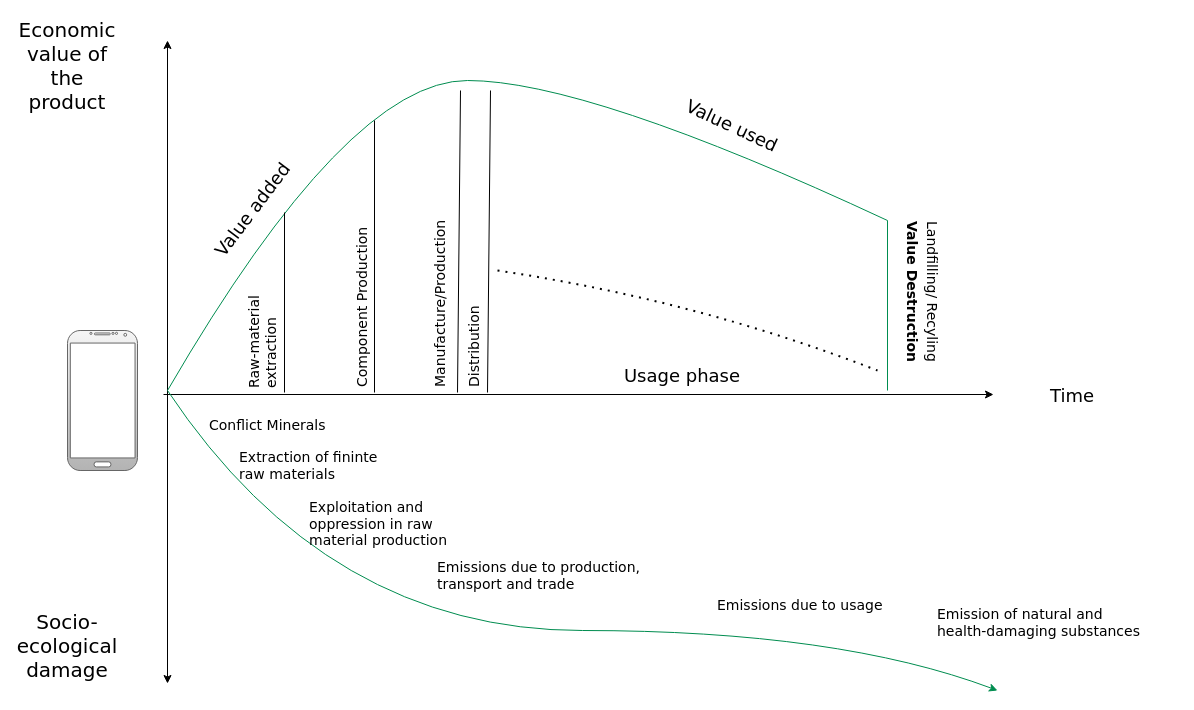
Earlier version of the draw.io diagram The-Limits-to-Growth/figures/Economic-Value-VS-Social-Economic-Damage.drawio (ETCE-LAB/teaching-material). Source tidied: cells renumbered, new cells numbered last; positions are measured from the earlier drawing's top-left corner, leaving out a move shared by most shapes. Both pictures are drawn from the tidied source at 100%, with x=0, y=0 at pixel (37, 40).
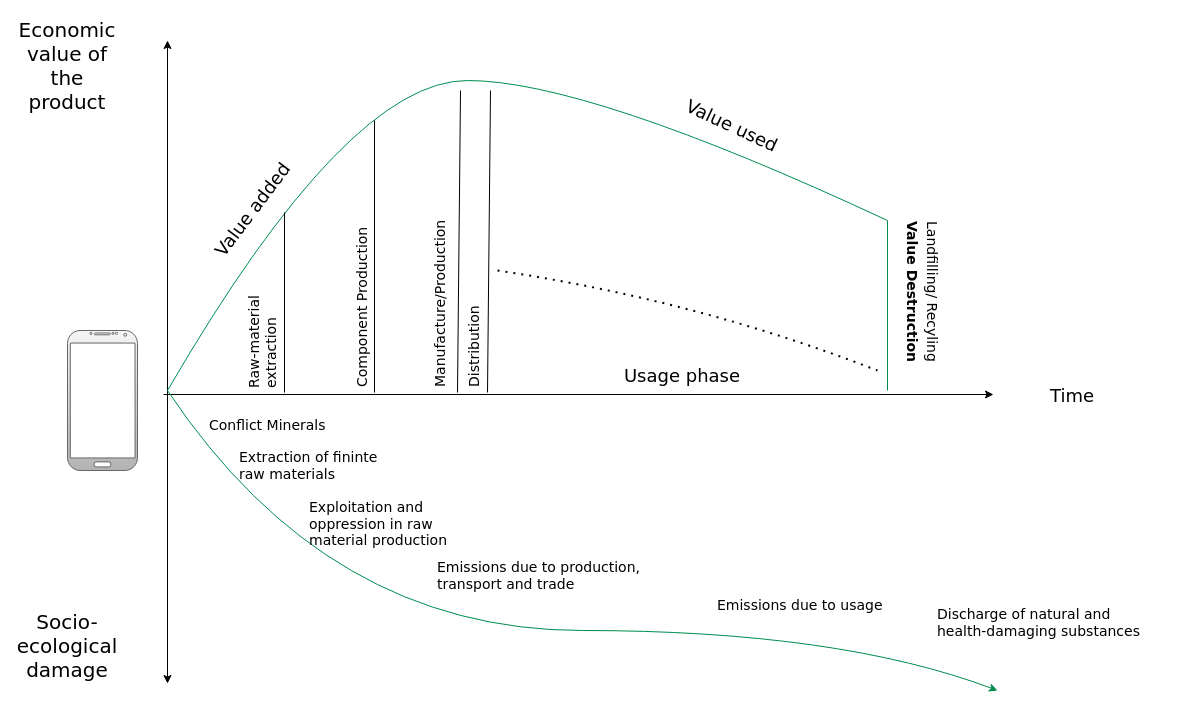
Above is the later version.

Diff of the diagram source:
```diff
@@
-    <mxCell id="29" value="Emission of natural and health-damaging substances" style="text;html=1;strokeColor=none;fillColor=none;align=left;verticalAlign=middle;whiteSpace=wrap;rounded=0;fontFamily=Dejavu Sans;fontSize=14;rotation=0;labelBackgroundColor=none;" parent="1" vertex="1">
+    <mxCell id="29" value="Discharge of natural and health-damaging substances" style="text;html=1;strokeColor=none;fillColor=none;align=left;verticalAlign=middle;whiteSpace=wrap;rounded=0;fontFamily=Dejavu Sans;fontSize=14;rotation=0;labelBackgroundColor=none;" parent="1" vertex="1">
       <mxGeometry x="898" y="567" width="210" height="30" as="geometry" />
     </mxCell>
```
